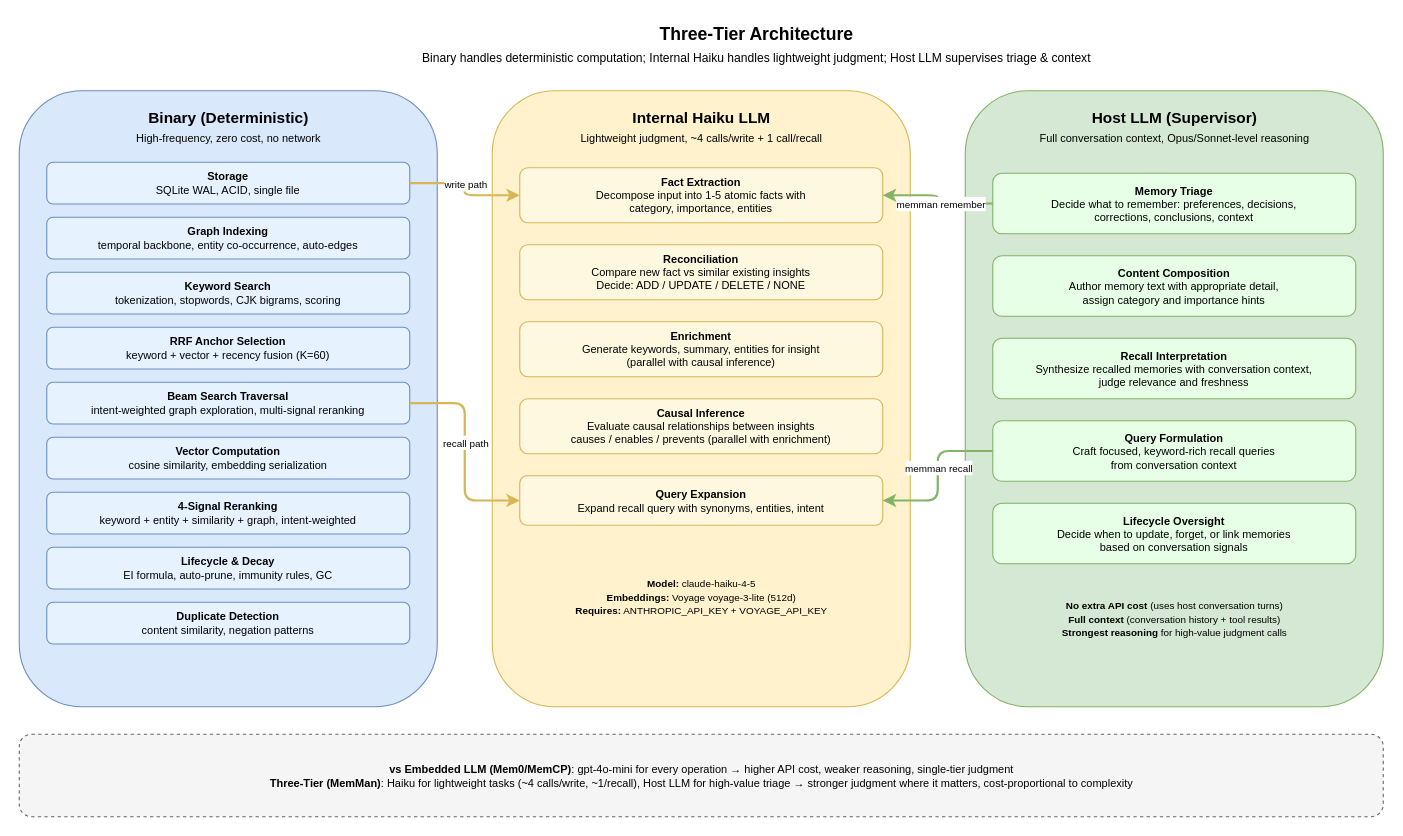
Earlier version of the draw.io diagram docs/diagrams/05-llm-supervised.drawio (bissli/memman). Source tidied: cells renumbered, new cells numbered last; positions are measured from the earlier drawing's top-left corner, leaving out a move shared by most shapes. Both pictures are drawn from the tidied source at 110%, with x=0, y=0 at pixel (19, 19).
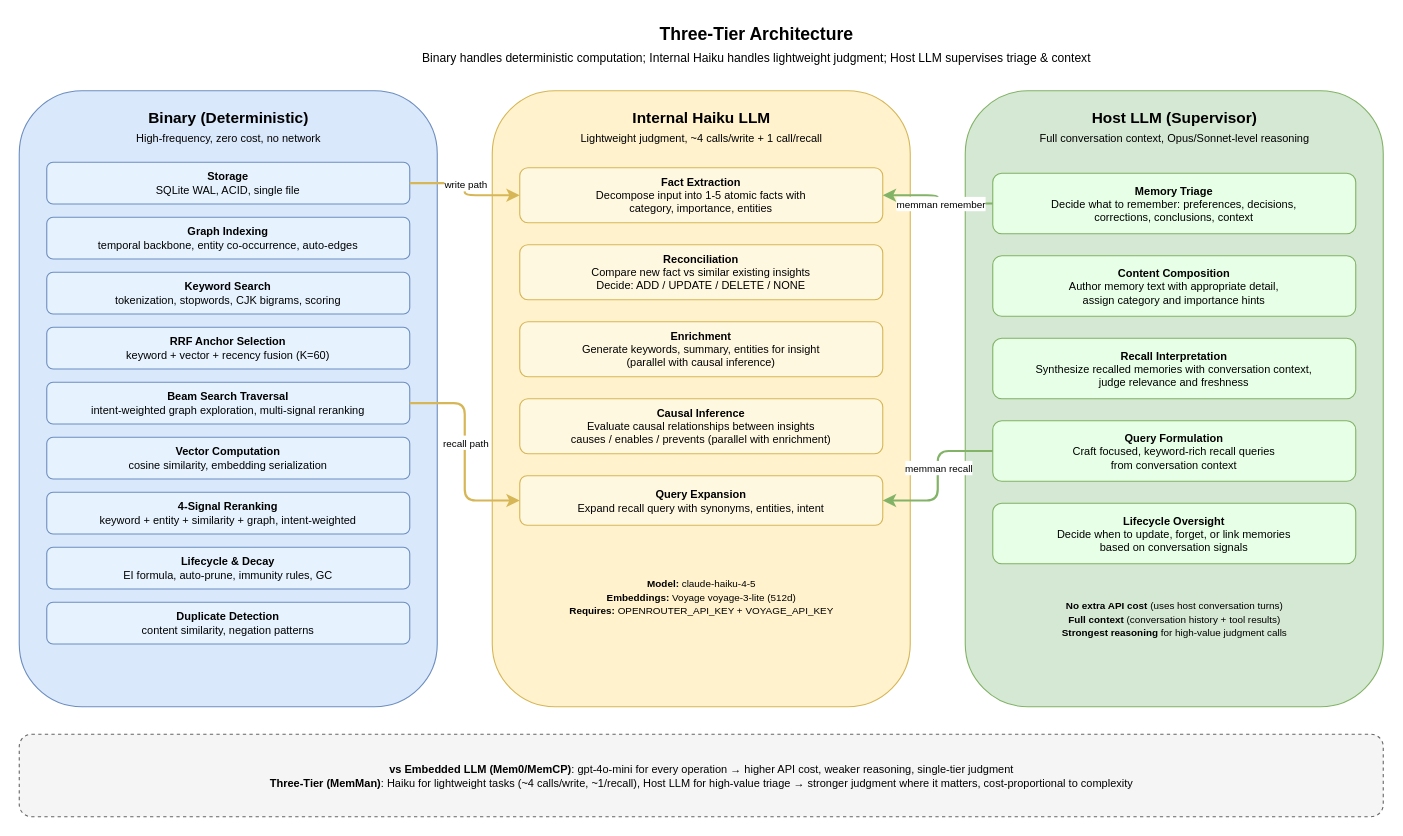
Above is the later version.

Commit message (it also covers changes not shown here):
Legacy cleanup: diagram and doc stragglers from the setup rename

Change to the diagram source:
```diff
@@
-    <mxCell id="21" value="&lt;font style=&quot;font-size:9px&quot;&gt;&lt;b&gt;Model:&lt;/b&gt; claude-haiku-4-5&lt;br&gt;&lt;b&gt;Embeddings:&lt;/b&gt; Voyage voyage-3-lite (512d)&lt;br&gt;&lt;b&gt;Requires:&lt;/b&gt; ANTHROPIC_API_KEY + VOYAGE_API_KEY&lt;/font&gt;" style="text;html=1;align=center;fontSize=10;fillColor=none;strokeColor=none;verticalAlign=middle;" parent="1" vertex="1">
+    <mxCell id="21" value="&lt;font style=&quot;font-size:9px&quot;&gt;&lt;b&gt;Model:&lt;/b&gt; claude-haiku-4-5&lt;br&gt;&lt;b&gt;Embeddings:&lt;/b&gt; Voyage voyage-3-lite (512d)&lt;br&gt;&lt;b&gt;Requires:&lt;/b&gt; OPENROUTER_API_KEY + VOYAGE_API_KEY&lt;/font&gt;" style="text;html=1;align=center;fontSize=10;fillColor=none;strokeColor=none;verticalAlign=middle;" parent="1" vertex="1">
       <mxGeometry x="470" y="500" width="300" height="50" as="geometry" />
     </mxCell>
```
